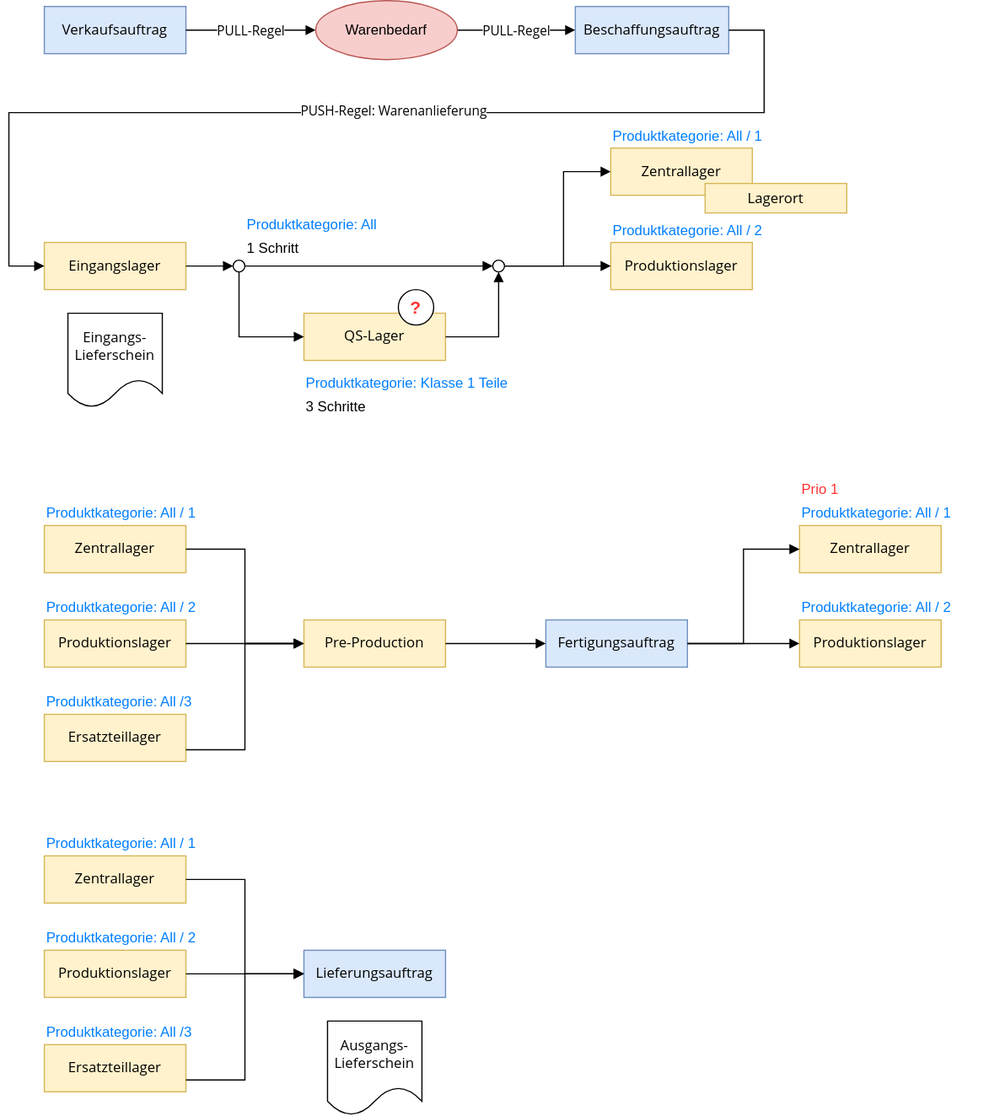
Mint-System/Odoo-Wiki keeps this draw.io diagram as assets/Best Practice Lager Warenfluss.svg. Above is the earlier version. Source tidied: cells renumbered, new cells last; positions are measured from the earlier drawing's top-left corner, leaving out a move shared by most shapes.
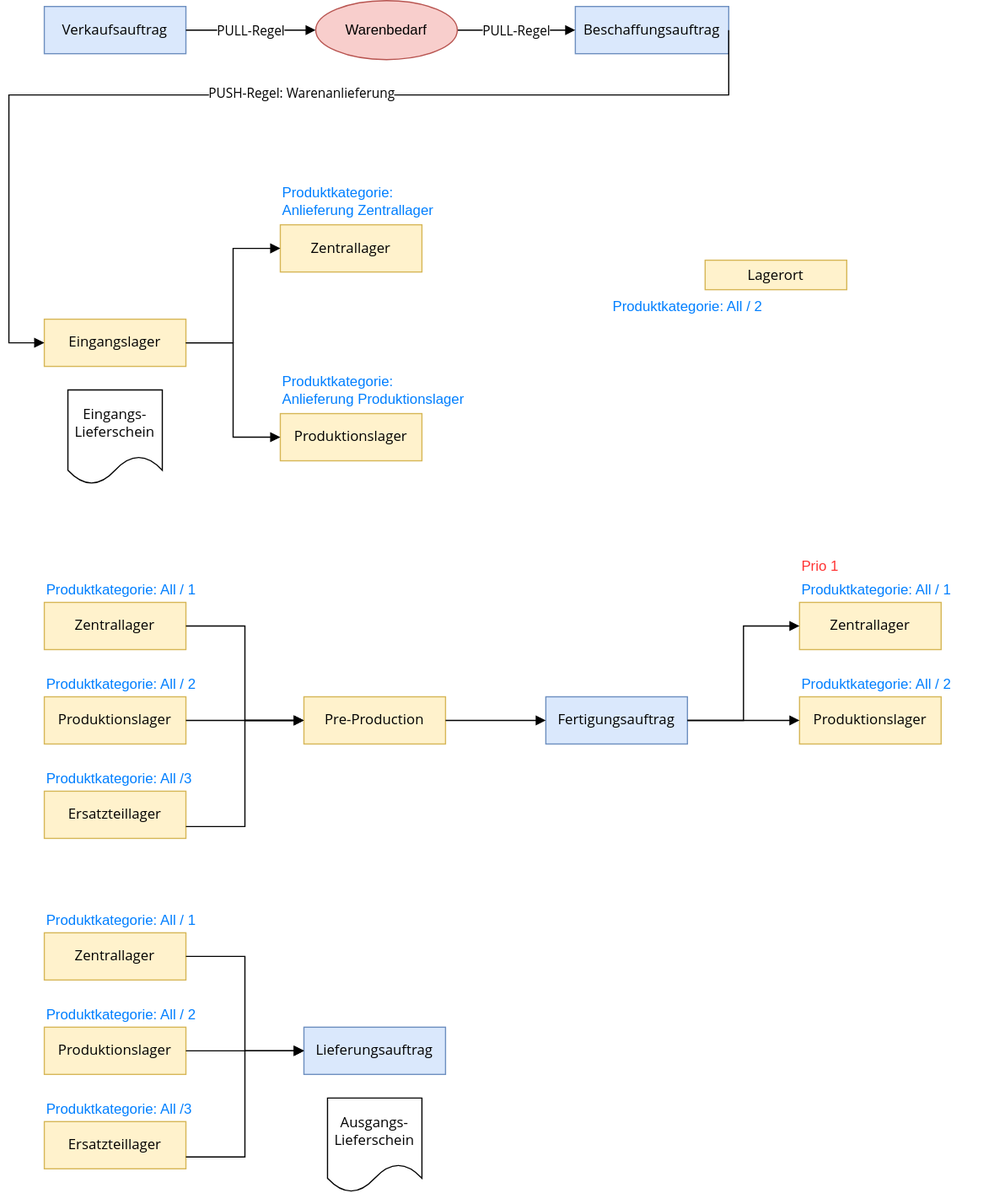
After the change.

Commit message:
Lager Routen

The edit, as a diff of the source:
```diff
@@ -6,10 +6,10 @@
       <mxGeometry x="270" y="865" width="80" height="80" as="geometry" />
     </mxCell>
     <mxCell id="3" value="Verkaufsauftrag" style="rounded=0;whiteSpace=wrap;html=1;fontFamily=Open Sans;fillColor=#dae8fc;strokeColor=#6c8ebf;" parent="1" vertex="1">
-      <mxGeometry x="30" y="5" width="120" height="40" as="geometry" />
+      <mxGeometry x="30" y="-60" width="120" height="40" as="geometry" />
     </mxCell>
     <mxCell id="4" value="Beschaffungsauftrag" style="rounded=0;whiteSpace=wrap;html=1;fontFamily=Open Sans;fillColor=#dae8fc;strokeColor=#6c8ebf;" parent="1" vertex="1">
-      <mxGeometry x="480" y="5" width="130" height="40" as="geometry" />
+      <mxGeometry x="480" y="-60" width="130" height="40" as="geometry" />
     </mxCell>
     <mxCell id="5" value="PULL-Regel" style="endArrow=block;html=1;fontFamily=Open Sans;exitX=1;exitY=0.5;exitDx=0;exitDy=0;entryX=0;entryY=0.5;entryDx=0;entryDy=0;endFill=1;" parent="1" edge="1" source="3" target="27">
       <mxGeometry relative="1" as="geometry" />
@@ -17,12 +17,12 @@
     <mxCell id="6" value="PULL-Regel" style="endArrow=block;html=1;fontFamily=Open Sans;exitX=1;exitY=0.5;exitDx=0;exitDy=0;entryX=0;entryY=0.5;entryDx=0;entryDy=0;endFill=1;exitPerimeter=0;" parent="1" edge="1" source="27" target="4">
       <mxGeometry relative="1" as="geometry">
         <Array as="points">
-          <mxPoint x="430" y="25" />
+          <mxPoint x="430" y="-40" />
         </Array>
       </mxGeometry>
     </mxCell>
     <mxCell id="7" value="Zentrallager" style="rounded=0;whiteSpace=wrap;html=1;fontFamily=Open Sans;fillColor=#fff2cc;strokeColor=#d6b656;" parent="1" vertex="1">
-      <mxGeometry x="510" y="125" width="120" height="40" as="geometry" />
+      <mxGeometry x="230" y="125" width="120" height="40" as="geometry" />
     </mxCell>
     <mxCell id="8" value="Eingangslager" style="rounded=0;whiteSpace=wrap;html=1;fontFamily=Open Sans;fillColor=#fff2cc;strokeColor=#d6b656;" parent="1" vertex="1">
       <mxGeometry x="30" y="205" width="120" height="40" as="geometry" />
@@ -30,9 +30,8 @@
     <mxCell id="9" style="endArrow=block;html=1;fontFamily=Open Sans;exitX=1;exitY=0.5;exitDx=0;exitDy=0;entryX=0;entryY=0.5;entryDx=0;entryDy=0;edgeStyle=orthogonalEdgeStyle;rounded=0;endFill=1;" parent="1" edge="1" source="4" target="8">
       <mxGeometry relative="1" as="geometry">
         <Array as="points">
-          <mxPoint x="640" y="25" />
-          <mxPoint x="640" y="95" />
-          <mxPoint y="95" />
+          <mxPoint x="610" y="15" />
+          <mxPoint y="15" />
           <mxPoint y="225" />
         </Array>
       </mxGeometry>
@@ -40,72 +39,34 @@
     <mxCell id="10" value="PUSH-Regel: Warenanlieferung" style="edgeLabel;html=1;align=center;verticalAlign=middle;fontFamily=Open Sans;" parent="9" vertex="1">
       <mxGeometry x="-0.08" y="-3" relative="1" as="geometry" />
     </mxCell>
-    <mxCell id="11" style="ellipse;whiteSpace=wrap;html=1;fontFamily=Open Sans;" parent="1" vertex="1">
-      <mxGeometry x="410" y="220" width="10" height="10" as="geometry" />
-    </mxCell>
-    <mxCell id="12" style="endArrow=block;html=1;fontFamily=Open Sans;exitX=1;exitY=0.5;exitDx=0;exitDy=0;entryX=0;entryY=0.5;entryDx=0;entryDy=0;endFill=1;edgeStyle=orthogonalEdgeStyle;rounded=0;" parent="1" edge="1" source="11" target="7">
+    <mxCell id="12" style="endArrow=block;html=1;fontFamily=Open Sans;exitX=1;exitY=0.5;exitDx=0;exitDy=0;entryX=0;entryY=0.5;entryDx=0;entryDy=0;endFill=1;edgeStyle=orthogonalEdgeStyle;rounded=0;" parent="1" edge="1" source="8" target="7">
       <mxGeometry relative="1" as="geometry">
         <Array as="points">
-          <mxPoint x="470" y="225" />
-          <mxPoint x="470" y="145" />
+          <mxPoint x="190" y="225" />
+          <mxPoint x="190" y="145" />
         </Array>
       </mxGeometry>
     </mxCell>
-    <mxCell id="13" style="ellipse;whiteSpace=wrap;html=1;fontFamily=Open Sans;" parent="1" vertex="1">
-      <mxGeometry x="190" y="220" width="10" height="10" as="geometry" />
-    </mxCell>
-    <mxCell id="14" style="endArrow=block;html=1;fontFamily=Open Sans;exitX=1;exitY=0.5;exitDx=0;exitDy=0;entryX=0;entryY=0.5;entryDx=0;entryDy=0;endFill=1;" parent="1" edge="1" source="8" target="13">
-      <mxGeometry relative="1" as="geometry" />
-    </mxCell>
-    <mxCell id="15" style="endArrow=block;html=1;fontFamily=Open Sans;exitX=1;exitY=0.5;exitDx=0;exitDy=0;entryX=0;entryY=0.5;entryDx=0;entryDy=0;endFill=1;" parent="1" edge="1" source="13" target="11">
-      <mxGeometry relative="1" as="geometry" />
-    </mxCell>
-    <mxCell id="16" value="QS-Lager" style="rounded=0;whiteSpace=wrap;html=1;fontFamily=Open Sans;fillColor=#fff2cc;strokeColor=#d6b656;" parent="1" vertex="1">
-      <mxGeometry x="250" y="265" width="120" height="40" as="geometry" />
-    </mxCell>
-    <mxCell id="17" style="endArrow=block;html=1;fontFamily=Open Sans;exitX=1;exitY=0.5;exitDx=0;exitDy=0;entryX=0.5;entryY=1;entryDx=0;entryDy=0;edgeStyle=orthogonalEdgeStyle;rounded=0;endFill=1;" parent="1" edge="1" source="16" target="11">
-      <mxGeometry relative="1" as="geometry" />
-    </mxCell>
-    <mxCell id="18" style="endArrow=block;html=1;fontFamily=Open Sans;exitX=0.5;exitY=1;exitDx=0;exitDy=0;entryX=0;entryY=0.5;entryDx=0;entryDy=0;edgeStyle=orthogonalEdgeStyle;rounded=0;endFill=1;" parent="1" edge="1" source="13" target="16">
-      <mxGeometry relative="1" as="geometry" />
-    </mxCell>
     <mxCell id="19" value="Eingangs-Lieferschein" style="shape=document;whiteSpace=wrap;html=1;boundedLbl=1;fontFamily=Open Sans;" parent="1" vertex="1">
       <mxGeometry x="50" y="265" width="80" height="80" as="geometry" />
     </mxCell>
     <mxCell id="20" value="Produktionslager" style="rounded=0;whiteSpace=wrap;html=1;fontFamily=Open Sans;fillColor=#fff2cc;strokeColor=#d6b656;" parent="1" vertex="1">
-      <mxGeometry x="510" y="205" width="120" height="40" as="geometry" />
+      <mxGeometry x="230" y="285" width="120" height="40" as="geometry" />
     </mxCell>
-    <mxCell id="21" style="endArrow=block;html=1;entryX=0;entryY=0.5;entryDx=0;entryDy=0;endFill=1;" parent="1" edge="1" target="20">
-      <mxGeometry relative="1" as="geometry">
-        <mxPoint x="420" y="225" as="sourcePoint" />
-      </mxGeometry>
+    <mxCell id="21" style="endArrow=block;html=1;entryX=0;entryY=0.5;entryDx=0;entryDy=0;endFill=1;exitX=1;exitY=0.5;exitDx=0;exitDy=0;edgeStyle=orthogonalEdgeStyle;rounded=0;" parent="1" edge="1" source="8" target="20">
+      <mxGeometry relative="1" as="geometry" />
     </mxCell>
-    <mxCell id="22" value="Produktkategorie: Klasse 1 Teile" style="text;html=1;strokeColor=none;fillColor=none;align=left;verticalAlign=middle;whiteSpace=wrap;rounded=0;fontColor=#007FFF;" parent="1" vertex="1">
-      <mxGeometry x="250" y="315" width="210" height="20" as="geometry" />
-    </mxCell>
-    <mxCell id="23" value="3 Schritte" style="text;html=1;strokeColor=none;fillColor=none;align=left;verticalAlign=middle;whiteSpace=wrap;rounded=0;" parent="1" vertex="1">
-      <mxGeometry x="250" y="335" width="120" height="20" as="geometry" />
-    </mxCell>
-    <mxCell id="24" value="1 Schritt" style="text;html=1;strokeColor=none;fillColor=none;align=left;verticalAlign=middle;whiteSpace=wrap;rounded=0;" parent="1" vertex="1">
-      <mxGeometry x="200" y="200" width="120" height="20" as="geometry" />
-    </mxCell>
-    <mxCell id="25" value="Produktkategorie: All" style="text;html=1;strokeColor=none;fillColor=none;align=left;verticalAlign=middle;whiteSpace=wrap;rounded=0;fontColor=#007FFF;" parent="1" vertex="1">
-      <mxGeometry x="200" y="180" width="210" height="20" as="geometry" />
-    </mxCell>
     <mxCell id="26" value="Pre-Production" style="rounded=0;whiteSpace=wrap;html=1;fontFamily=Open Sans;fillColor=#fff2cc;strokeColor=#d6b656;" parent="1" vertex="1">
       <mxGeometry x="250" y="525" width="120" height="40" as="geometry" />
     </mxCell>
     <mxCell id="27" value="Warenbedarf" style="ellipse;whiteSpace=wrap;html=1;fillColor=#f8cecc;strokeColor=#b85450;" parent="1" vertex="1">
-      <mxGeometry x="260" width="120" height="50" as="geometry" />
+      <mxGeometry x="260" y="-65" width="120" height="50" as="geometry" />
     </mxCell>
-    <mxCell id="28" value="&lt;font style=&quot;font-size: 15px&quot; color=&quot;#ff3333&quot;&gt;&lt;b&gt;?&lt;/b&gt;&lt;/font&gt;" style="ellipse;whiteSpace=wrap;html=1;" parent="1" vertex="1">
-      <mxGeometry x="330" y="245" width="30" height="30" as="geometry" />
-    </mxCell>
     <mxCell id="29" value="Lieferungsauftrag" style="rounded=0;whiteSpace=wrap;html=1;fontFamily=Open Sans;fillColor=#dae8fc;strokeColor=#6c8ebf;" parent="1" vertex="1">
       <mxGeometry x="250" y="805" width="120" height="40" as="geometry" />
     </mxCell>
-    <mxCell id="30" value="Produktkategorie: All / 1" style="text;html=1;strokeColor=none;fillColor=none;align=left;verticalAlign=middle;whiteSpace=wrap;rounded=0;fontColor=#007FFF;" parent="1" vertex="1">
-      <mxGeometry x="510" y="105" width="150" height="20" as="geometry" />
+    <mxCell id="30" value="Produktkategorie:&lt;br&gt;Anlieferung Zentrallager" style="text;html=1;strokeColor=none;fillColor=none;align=left;verticalAlign=middle;whiteSpace=wrap;rounded=0;fontColor=#007FFF;" parent="1" vertex="1">
+      <mxGeometry x="230" y="85" width="240" height="40" as="geometry" />
     </mxCell>
     <mxCell id="31" value="Produktkategorie: All / 2" style="text;html=1;strokeColor=none;fillColor=none;align=left;verticalAlign=middle;whiteSpace=wrap;rounded=0;fontColor=#007FFF;" parent="1" vertex="1">
       <mxGeometry x="510" y="185" width="160" height="20" as="geometry" />
@@ -222,5 +183,8 @@
     <mxCell id="59" value="Lagerort" style="rounded=0;whiteSpace=wrap;html=1;fontFamily=Open Sans;fillColor=#fff2cc;strokeColor=#d6b656;" parent="1" vertex="1">
       <mxGeometry x="590" y="155" width="120" height="25" as="geometry" />
     </mxCell>
+    <mxCell id="60" value="Produktkategorie:&lt;br&gt;Anlieferung Produktionslager" style="text;html=1;strokeColor=none;fillColor=none;align=left;verticalAlign=middle;whiteSpace=wrap;rounded=0;fontColor=#007FFF;" parent="1" vertex="1">
+      <mxGeometry x="230" y="245" width="240" height="40" as="geometry" />
+    </mxCell>
   </root>
 </mxGraphModel>
```
